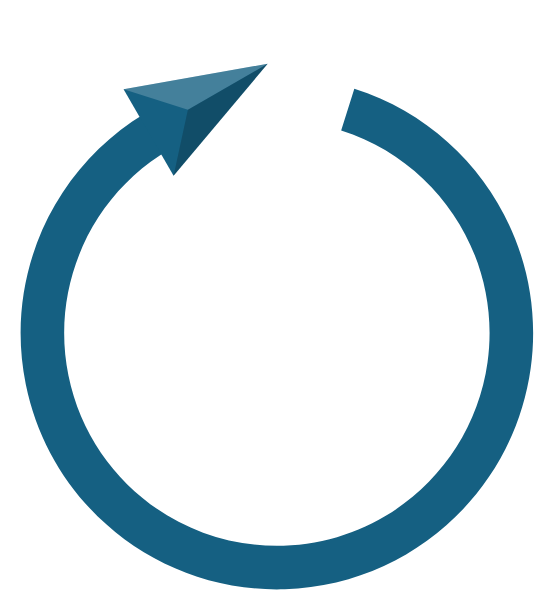
Earlier version of the draw.io diagram pfeilGesucht.drawio (kay-squared/PyTorchLearn). Source tidied: cells renumbered, new cells numbered last; positions are measured from the earlier drawing's top-left corner, leaving out a move shared by most shapes. Both pictures are drawn from the tidied source at 125%, with x=0, y=0 at pixel (20, 20).
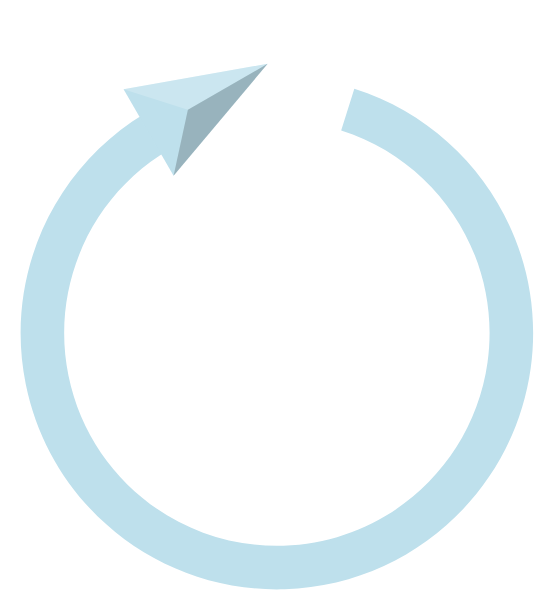
After the change.

Change to the diagram source:
```diff
@@
 <mxGraphModel>
   <root>
     <mxCell id="0" />
     <mxCell id="1" parent="0" />
-    <mxCell id="2" style="group;" parent="1" vertex="1">
+    <mxCell id="2" style="group;shadow=0;" parent="1" vertex="1">
       <mxGeometry y="-0.1" width="410" height="455.1" as="geometry" />
     </mxCell>
-    <mxCell id="3" style="verticalLabelPosition=bottom;verticalAlign=top;html=1;shape=mxgraph.basic.partConcEllipse;fillColor=#156082;strokeColor=none;startAngle=0.04886784600605999;endAngle=0.941162918054816;arcWidth=0.17;" parent="2" vertex="1">
+    <mxCell id="3" style="verticalLabelPosition=bottom;verticalAlign=top;html=1;shape=mxgraph.basic.partConcEllipse;fillColor=#bee0ec;strokeColor=none;startAngle=0.04886784600605999;endAngle=0.941162918054816;arcWidth=0.17;" parent="2" vertex="1">
       <mxGeometry y="45.1" width="410" height="410" as="geometry" />
     </mxCell>
-    <mxCell id="4" style="verticalLabelPosition=bottom;verticalAlign=top;html=1;shape=mxgraph.infographic.shadedTriangle;fillColor=#156082;strokeColor=none;rotation=60;" parent="2" vertex="1">
+    <mxCell id="4" style="verticalLabelPosition=bottom;verticalAlign=top;html=1;shape=mxgraph.infographic.shadedTriangle;fillColor=#bee0ec;strokeColor=none;rotation=60;" parent="2" vertex="1">
       <mxGeometry x="110" y="7.1" width="80" height="110" as="geometry" />
     </mxCell>
   </root>
 </mxGraphModel>
```
